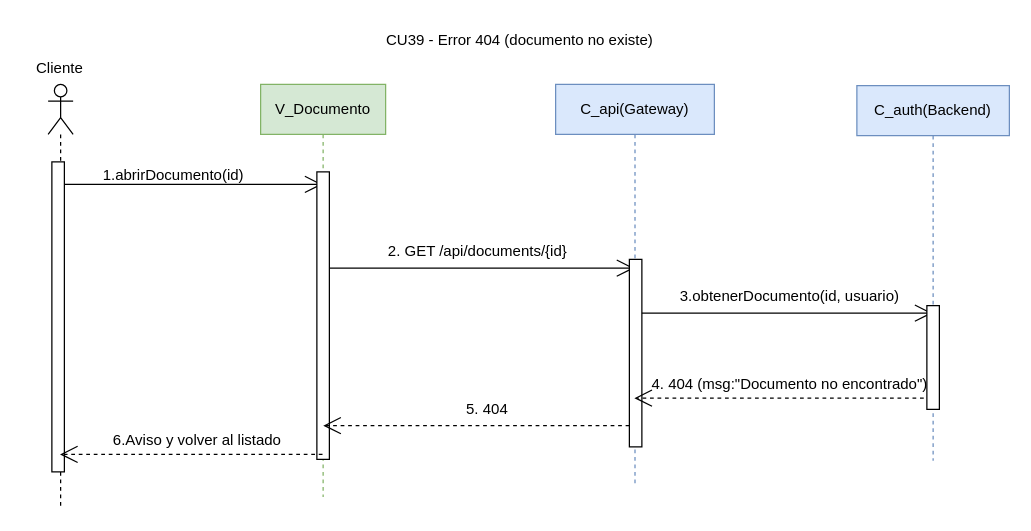
Above: page "CU39" (4 of 8) of INCREMENTO 3/Diagrama de secuencia(Error).drawio in Shizars/Proyecto-ing-soft-1-y-2 (draw.io), before the change. Source tidied: cells renumbered, new cells numbered last; positions are measured from the earlier drawing's top-left corner, leaving out a move shared by most shapes. Both pictures are drawn from the tidied source at 125%, with x=0, y=0 at pixel (21, 21).
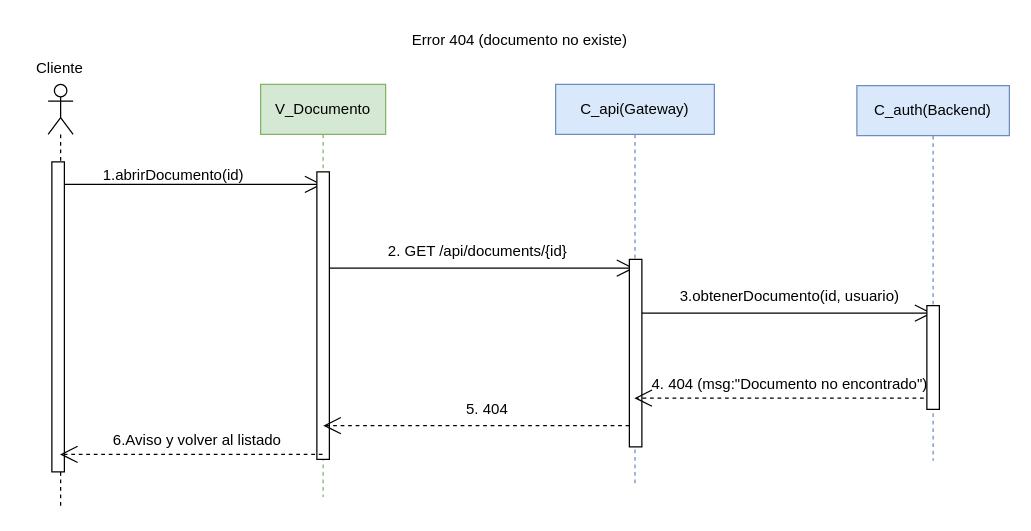
Above is the later version.

Commit message (it also covers changes not shown here):
Trazabilidad: Actualización Diagramas Secuencia(Error)

What changed in the source:
```diff
@@
-    <mxCell id="21" value="CU39 - Error 404 (documento no existe)" style="text;html=1;align=center;verticalAlign=middle;strokeColor=none;fillColor=none;" parent="1" vertex="1">
-      <mxGeometry x="278" width="240" height="30" as="geometry" />
+    <mxCell id="21" value="Error 404 (documento no existe)" style="text;html=1;align=center;verticalAlign=middle;strokeColor=none;fillColor=none;" parent="1" vertex="1">
+      <mxGeometry x="298" width="200" height="30" as="geometry" />
     </mxCell>
```
